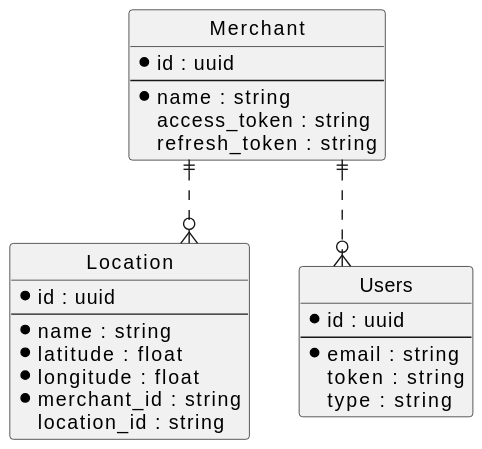
Above: diagrams/entity_relationship_diagram.svg in help-us-app/help-us-architecture-diagrams (PlantUML), before the change. Its diagram source:
```plantuml
@startuml
hide circle

skinparam linetype ortho

entity "Merchant" as merchant {
  *id : uuid
  --
  *name : string
  access_token : string
  refresh_token : string
}

entity "Location" as location {
  *id : uuid
  --
  *name : string
  *latitude : float
  *longitude : float
  *merchant_id : string
  location_id : string
}

entity "Users" as users {
  *id : uuid
  --
  *email : string
  token : string
  type : string
}

merchant ||..o{ location
merchant ||..o{ users
@enduml
```
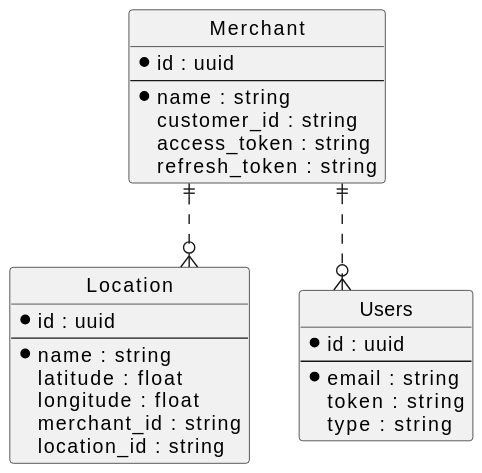
Above is the later version.

The edit, as a diff of the source:
```diff
@@ -7,6 +7,7 @@
   *id : uuid
   --
   *name : string
+  customer_id : string
   access_token : string
   refresh_token : string
 }
@@ -15,9 +16,9 @@
   *id : uuid
   --
   *name : string
-  *latitude : float
-  *longitude : float
-  *merchant_id : string
+  latitude : float
+  longitude : float
+  merchant_id : string
   location_id : string
 }
 
```
